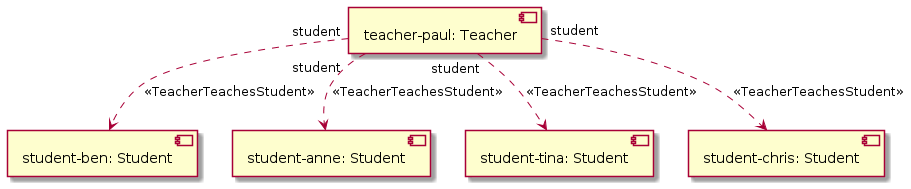
Before: diagrams/tosca-attribute-mapping-service-uml2-deployment-diagram.png, a diagram exported from PlantUML (xlab-si/xopera-examples).
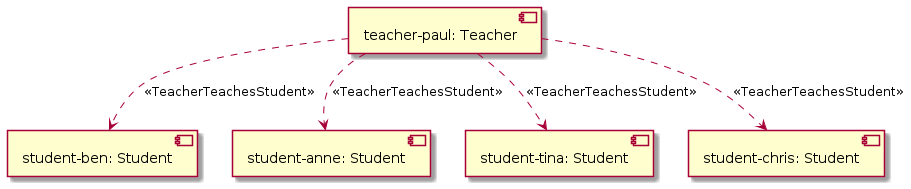
After the change.

The edit, as a diff of the source:
```diff
@@ -6,8 +6,8 @@
 component "student-tina: Student" as node_student_tina
 component "student-chris: Student" as node_student_chris
 component "teacher-paul: Teacher" as node_teacher_paul
-node_teacher_paul "student" ..> node_student_ben : <<TeacherTeachesStudent>>
-node_teacher_paul "student" ..> node_student_tina : <<TeacherTeachesStudent>>
-node_teacher_paul "student" ..> node_student_chris : <<TeacherTeachesStudent>>
-node_teacher_paul "student" ..> node_student_anne : <<TeacherTeachesStudent>>
+node_teacher_paul ..> node_student_ben : <<TeacherTeachesStudent>>
+node_teacher_paul ..> node_student_tina : <<TeacherTeachesStudent>>
+node_teacher_paul ..> node_student_chris : <<TeacherTeachesStudent>>
+node_teacher_paul ..> node_student_anne : <<TeacherTeachesStudent>>
 @enduml
```
